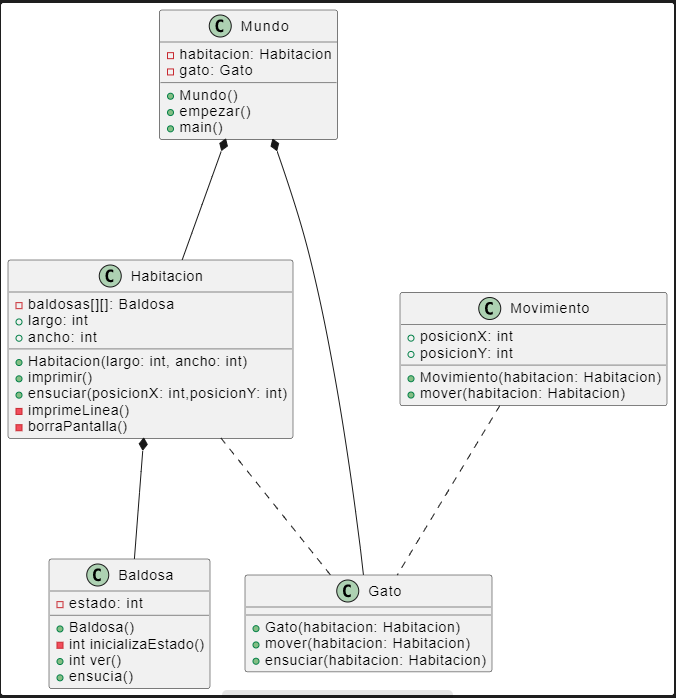
The PlantUML diagram out/diagrama001/diagrama001.png in mmasias/theWorld, before a commit. Its source is kept beside it as modelosUML/diagrama001.puml.
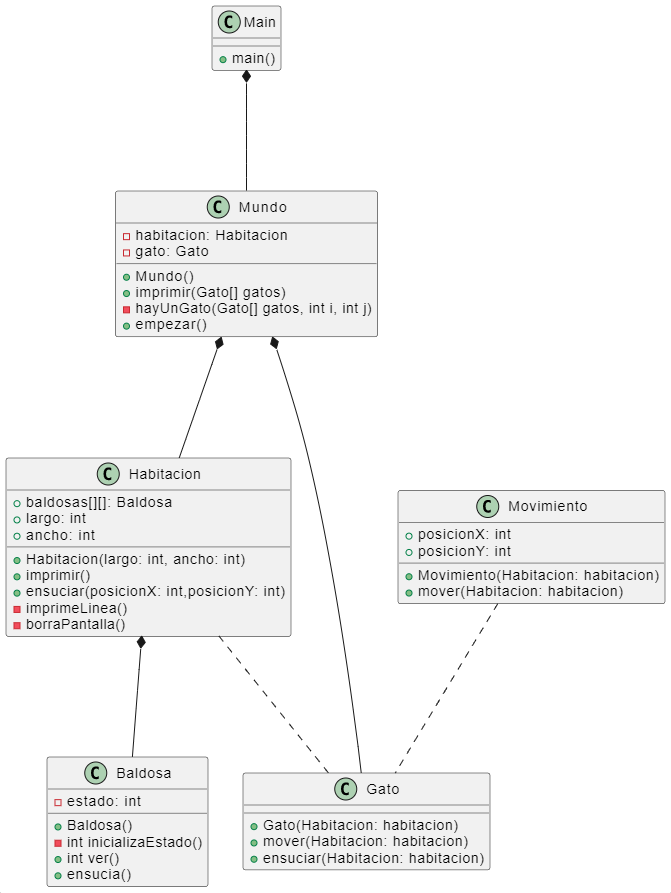
Above is the later version.

What changed in the source:
```diff
@@ -1,22 +1,27 @@
 @startuml
+
+class Main {
+    + main()
+}
 
 class Mundo{
     - habitacion: Habitacion
     - gato: Gato
     + Mundo()
+    + imprimir(Gato[] gatos)
+    - hayUnGato(Gato[] gatos, int i, int j)
     + empezar()
-    + main()
 }
 
 class Habitacion {
-    - baldosas[][]: Baldosa
+    + baldosas[][]: Baldosa
     + largo: int
     + ancho: int
-    +Habitacion(largo: int, ancho: int)
-    +imprimir()
-    +ensuciar(posicionX: int,posicionY: int)
-    -imprimeLinea()
-    -borraPantalla()
+    + Habitacion(largo: int, ancho: int)
+    + imprimir()
+    + ensuciar(posicionX: int,posicionY: int)
+    - imprimeLinea()
+    - borraPantalla()
 }
 
 class Baldosa{
@@ -28,19 +33,19 @@
 }
 
 class Gato{
-    + Gato(habitacion: Habitacion)
-    + mover(habitacion: Habitacion)
-    + ensuciar(habitacion: Habitacion)
+    + Gato(Habitacion: habitacion)
+    + mover(Habitacion: habitacion)
+    + ensuciar(Habitacion: habitacion)
 }
 
 class Movimiento {
     + posicionX: int
     + posicionY: int
-    + Movimiento(habitacion: Habitacion)
-    + mover(habitacion: Habitacion)
+    + Movimiento(Habitacion: habitacion)
+    + mover(Habitacion: habitacion)
 }
 
-
+Main *--- Mundo
 Mundo *--- Habitacion
 Mundo *--- Gato
 Habitacion *--- Baldosa
```
